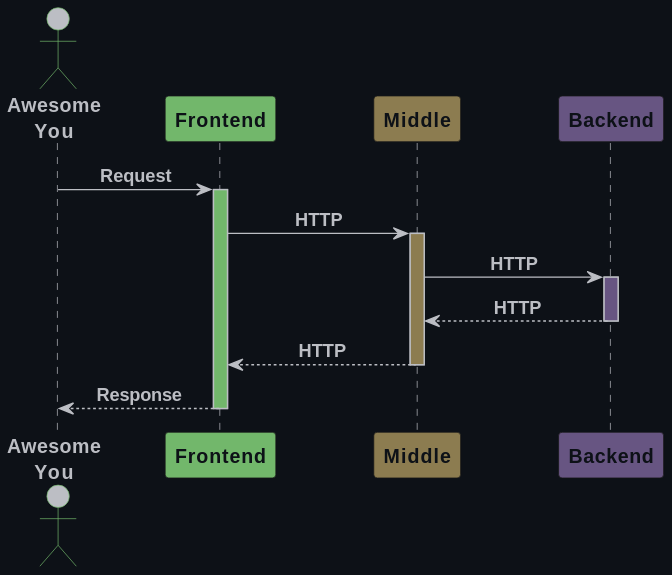
Above: images/arhitecture_diagram.svg in gpb-it-factory/molchanova-telegram-bot (PlantUML), before the change.
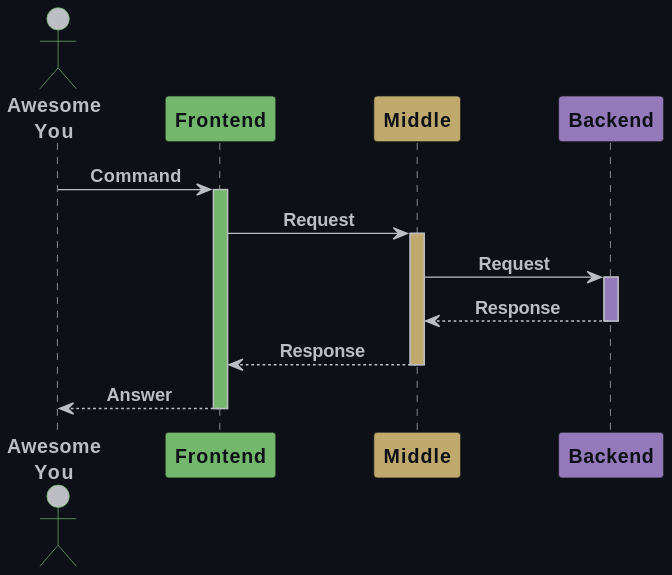
The same file after the commit.

Commit message:
Задание 2. Обновлен README

What changed in the source:
```diff
@@ -2,15 +2,12 @@
 scale 1
 
 !define Background #0d1117
-!define BackgroundOld #1e1f22
 !define Arrow #bcbec4
-!define ColorY #8c7c50
-!define ColorP #675582
+!define ColorY #bfa96d
+!define ColorP #947abb
 !define ColorG #72b76b
 
 skinparam backgroundColor Background
-
-
 skinparam sequence {
     ActorBorderColor ColorG
     ActorFontColor Arrow
@@ -35,20 +32,20 @@
 participant "Middle" as M ColorY
 participant "Backend" as B ColorP
 
-User -> F: Request
+User -> F: Command
 activate F ColorG
 
-F -> M: HTTP
+F -> M: Request
 activate M ColorY
 
-M -> B: HTTP
+M -> B: Request
 activate B ColorP
-B --> M: HTTP
+B --> M: Response
 deactivate B
 
-M --> F: HTTP
+M --> F: Response
 deactivate M
 
-F --> User: Response
+F --> User: Answer
 deactivate F
 @enduml
```
